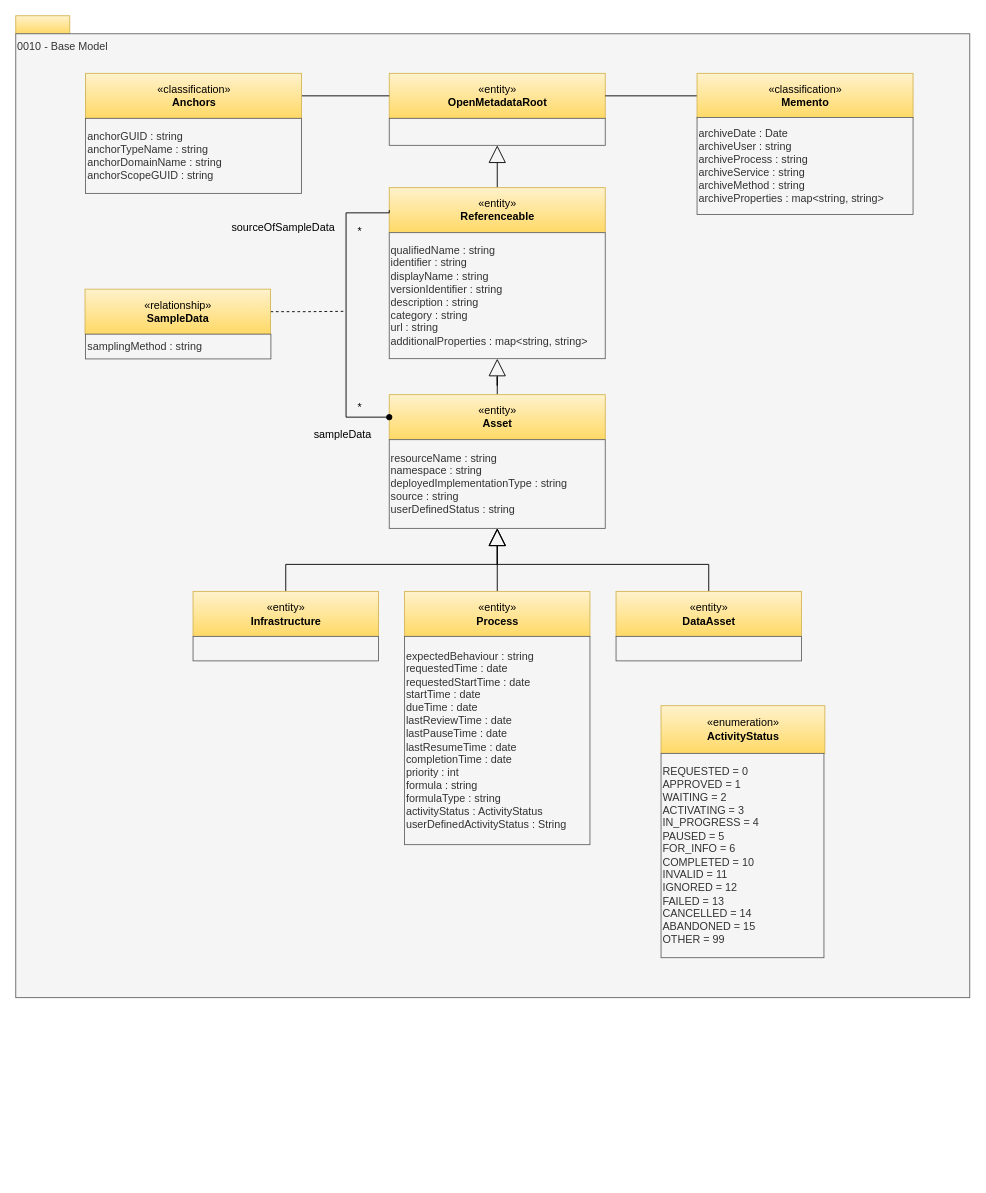
Before: page "0010-Base-Model" (4 of 32) of site/docs/types/0/area-0-basic-types-and-infrastructure.drawio in odpi/egeria-docs, a draw.io diagram. Source tidied: cells renumbered, new cells numbered last; positions are measured from the earlier drawing's top-left corner, leaving out a move shared by most shapes. Both pictures are drawn from the tidied source at 90%, with x=0, y=0 at pixel (15, 15).
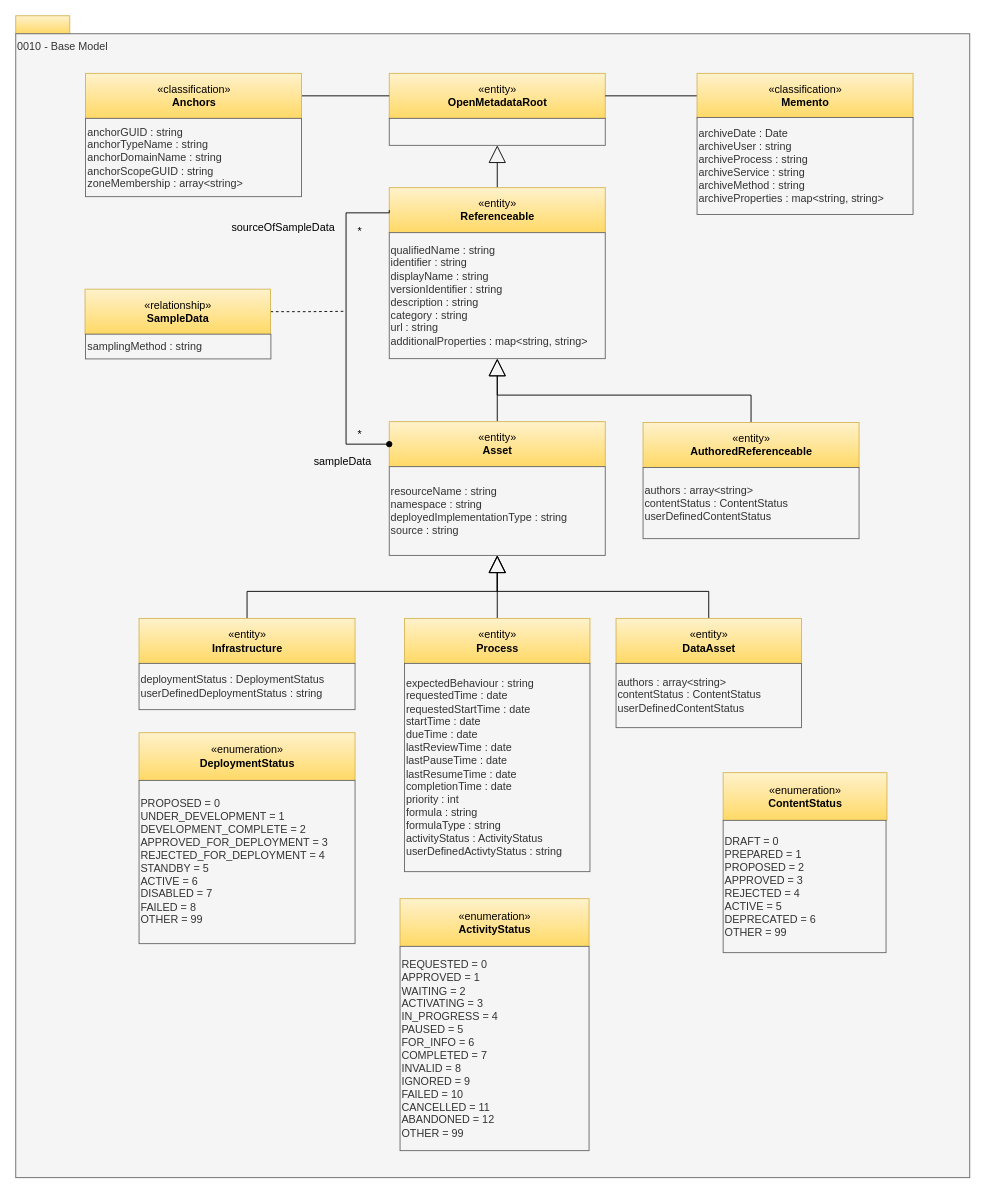
The same diagram, later.

The change refers to these unchanged cells:
```xml
<mxCell id="5" value="«entity»&lt;br&gt;&lt;b&gt;Referenceable&lt;/b&gt;" style="html=1;strokeColor=#d6b656;align=center;fillColor=#fff2cc;gradientColor=#ffd966;" parent="1" vertex="1">
  <mxGeometry x="415" y="191" width="240" height="50" as="geometry" />
</mxCell>
<mxCell id="8" value="qualifiedName : string&lt;div&gt;identifier : string&lt;br&gt;&lt;div&gt;displayName : string&lt;div&gt;versionIdentifier : string&lt;br&gt;description : string&lt;/div&gt;&lt;div&gt;category : string&lt;/div&gt;&lt;div&gt;url : string&lt;br&gt;&lt;/div&gt;additionalProperties : map&amp;lt;string, string&amp;gt;&lt;br&gt;&lt;div style=&quot;text-align: left&quot;&gt;&lt;/div&gt;&lt;/div&gt;&lt;/div&gt;" style="rounded=0;whiteSpace=wrap;html=1;strokeColor=#666666;align=left;fillColor=#f5f5f5;fontColor=#333333;" parent="1" vertex="1">
  <mxGeometry x="415" y="241" width="240" height="140" as="geometry" />
</mxCell>
```

Diff of the diagram source:
```diff
@@
     <mxCell id="3" value="0010 - Base Model" style="rounded=0;whiteSpace=wrap;html=1;align=left;verticalAlign=top;fillColor=#f5f5f5;fontColor=#333333;strokeColor=#666666;" parent="1" vertex="1">
-      <mxGeometry y="20" width="1060" height="1071" as="geometry" />
+      <mxGeometry y="20" width="1060" height="1271" as="geometry" />
     </mxCell>
@@
     <mxCell id="7" value="«entity»&lt;br&gt;&lt;b&gt;Infrastructure&lt;/b&gt;" style="html=1;strokeColor=#d6b656;align=center;fillColor=#fff2cc;gradientColor=#ffd966;" parent="1" vertex="1">
-      <mxGeometry x="197" y="639.6" width="206" height="50" as="geometry" />
+      <mxGeometry x="137" y="669.6" width="240" height="50" as="geometry" />
     </mxCell>
@@
     <mxCell id="10" value="«entity»&lt;br&gt;&lt;b&gt;Asset&lt;/b&gt;" style="html=1;strokeColor=#d6b656;align=center;fillColor=#fff2cc;gradientColor=#ffd966;" parent="1" vertex="1">
-      <mxGeometry x="415" y="421" width="240" height="50" as="geometry" />
+      <mxGeometry x="415" y="451" width="240" height="50" as="geometry" />
     </mxCell>
-    <mxCell id="11" value="&lt;div&gt;resourceName : string&lt;br&gt;&lt;div&gt;namespace : string&lt;/div&gt;deployedImplementationType : string&lt;br&gt;&lt;div style=&quot;text-align: left&quot;&gt;&lt;/div&gt;&lt;/div&gt;&lt;div&gt;&lt;span style=&quot;background-color: transparent; color: light-dark(rgb(51, 51, 51), rgb(193, 193, 193));&quot;&gt;source : strin&lt;/span&gt;&lt;span style=&quot;background-color: transparent; color: light-dark(rgb(51, 51, 51), rgb(193, 193, 193));&quot;&gt;g&lt;/span&gt;&lt;/div&gt;&lt;div&gt;userDefinedStatus : string&lt;span style=&quot;color: light-dark(rgb(51, 51, 51), rgb(193, 193, 193)); background-color: transparent;&quot;&gt;&lt;/span&gt;&lt;/div&gt;" style="rounded=0;whiteSpace=wrap;html=1;strokeColor=#666666;align=left;fillColor=#f5f5f5;fontColor=#333333;" parent="1" vertex="1">
-      <mxGeometry x="415" y="471" width="240" height="98.6" as="geometry" />
+    <mxCell id="11" value="&lt;div&gt;resourceName : string&lt;br&gt;&lt;div&gt;namespace : string&lt;/div&gt;deployedImplementationType : string&lt;br&gt;&lt;div style=&quot;text-align: left&quot;&gt;&lt;/div&gt;&lt;/div&gt;&lt;div&gt;&lt;span style=&quot;background-color: transparent; color: light-dark(rgb(51, 51, 51), rgb(193, 193, 193));&quot;&gt;source : strin&lt;/span&gt;&lt;span style=&quot;background-color: transparent; color: light-dark(rgb(51, 51, 51), rgb(193, 193, 193));&quot;&gt;g&lt;/span&gt;&lt;/div&gt;" style="rounded=0;whiteSpace=wrap;html=1;strokeColor=#666666;align=left;fillColor=#f5f5f5;fontColor=#333333;" parent="1" vertex="1">
+      <mxGeometry x="415" y="501" width="240" height="98.6" as="geometry" />
     </mxCell>
@@
     <mxCell id="13" value="«entity»&lt;br&gt;&lt;b&gt;Process&lt;/b&gt;" style="html=1;strokeColor=#d6b656;align=center;fillColor=#fff2cc;gradientColor=#ffd966;" parent="1" vertex="1">
-      <mxGeometry x="432" y="639.6" width="206" height="50" as="geometry" />
+      <mxGeometry x="432" y="669.6" width="206" height="50" as="geometry" />
     </mxCell>
-    <mxCell id="14" value="expectedBehaviour : string&lt;div&gt;requestedTime : date&lt;div&gt;requestedStartTime : date&lt;br&gt;&lt;div&gt;startTime : date&lt;/div&gt;&lt;div&gt;dueTime : date&lt;/div&gt;&lt;div&gt;lastReviewTime : date&lt;/div&gt;&lt;div&gt;lastPauseTime : date&lt;/div&gt;&lt;div&gt;lastResumeTime : date&lt;/div&gt;&lt;div&gt;&lt;span style=&quot;background-color: transparent; color: light-dark(rgb(51, 51, 51), rgb(193, 193, 193));&quot;&gt;completionTime : date&lt;/span&gt;&lt;/div&gt;&lt;div&gt;priority : int&lt;/div&gt;&lt;div&gt;formula : string&lt;br&gt;formulaType : string&lt;/div&gt;&lt;div&gt;activityStatus : ActivityStatus&lt;/div&gt;&lt;div&gt;userDefinedActivityStatus : String&lt;/div&gt;&lt;/div&gt;&lt;/div&gt;" style="rounded=0;whiteSpace=wrap;html=1;strokeColor=#666666;align=left;fillColor=#f5f5f5;fontColor=#333333;" parent="1" vertex="1">
-      <mxGeometry x="432" y="689.6" width="206" height="231.4" as="geometry" />
+    <mxCell id="14" value="expectedBehaviour : string&lt;div&gt;requestedTime : date&lt;div&gt;requestedStartTime : date&lt;br&gt;&lt;div&gt;startTime : date&lt;/div&gt;&lt;div&gt;dueTime : date&lt;/div&gt;&lt;div&gt;lastReviewTime : date&lt;/div&gt;&lt;div&gt;lastPauseTime : date&lt;/div&gt;&lt;div&gt;lastResumeTime : date&lt;/div&gt;&lt;div&gt;&lt;span style=&quot;background-color: transparent; color: light-dark(rgb(51, 51, 51), rgb(193, 193, 193));&quot;&gt;completionTime : date&lt;/span&gt;&lt;/div&gt;&lt;div&gt;priority : int&lt;/div&gt;&lt;div&gt;formula : string&lt;br&gt;formulaType : string&lt;/div&gt;&lt;div&gt;activityStatus : ActivityStatus&lt;/div&gt;&lt;/div&gt;&lt;/div&gt;&lt;div&gt;userDefinedActivtyStatus : string&lt;/div&gt;" style="rounded=0;whiteSpace=wrap;html=1;strokeColor=#666666;align=left;fillColor=#f5f5f5;fontColor=#333333;" parent="1" vertex="1">
+      <mxGeometry x="432" y="719.6" width="206" height="231.4" as="geometry" />
     </mxCell>
@@
     <mxCell id="16" value="«entity»&lt;br&gt;&lt;b&gt;DataAsset&lt;/b&gt;" style="html=1;strokeColor=#d6b656;align=center;fillColor=#fff2cc;gradientColor=#ffd966;" parent="1" vertex="1">
-      <mxGeometry x="667" y="639.6" width="206" height="50" as="geometry" />
+      <mxGeometry x="667" y="669.6" width="206" height="50" as="geometry" />
     </mxCell>
-    <mxCell id="17" style="rounded=0;whiteSpace=wrap;html=1;strokeColor=#666666;align=left;fillColor=#f5f5f5;fontColor=#333333;" parent="1" vertex="1">
-      <mxGeometry x="667" y="689.6" width="206" height="27.2" as="geometry" />
+    <mxCell id="17" value="&lt;div&gt;authors : array&amp;lt;string&amp;gt;&lt;/div&gt;contentStatus : ContentStatus&lt;div&gt;userDefinedContentStatus&lt;/div&gt;" style="rounded=0;whiteSpace=wrap;html=1;strokeColor=#666666;align=left;fillColor=#f5f5f5;fontColor=#333333;" parent="1" vertex="1">
+      <mxGeometry x="667" y="719.6" width="206" height="71.4" as="geometry" />
     </mxCell>
@@
-    <mxCell id="22" value="anchorGUID : string&lt;br&gt;anchorTypeName : string&lt;br&gt;&lt;div style=&quot;text-align: left&quot;&gt;&lt;/div&gt;&lt;div&gt;anchorDomainName : string&lt;/div&gt;&lt;div&gt;anchorScopeGUID : string&lt;/div&gt;" style="rounded=0;whiteSpace=wrap;html=1;strokeColor=#666666;align=left;fillColor=#f5f5f5;fontColor=#333333;" parent="1" vertex="1">
-      <mxGeometry x="77.5" y="114" width="240" height="83.4" as="geometry" />
+    <mxCell id="22" value="anchorGUID : string&lt;br&gt;anchorTypeName : string&lt;br&gt;&lt;div style=&quot;text-align: left&quot;&gt;&lt;/div&gt;&lt;div&gt;anchorDomainName : string&lt;/div&gt;&lt;div&gt;anchorScopeGUID : string&lt;/div&gt;&lt;div&gt;zoneMembership : array&amp;lt;string&amp;gt;&lt;/div&gt;" style="rounded=0;whiteSpace=wrap;html=1;strokeColor=#666666;align=left;fillColor=#f5f5f5;fontColor=#333333;" parent="1" vertex="1">
+      <mxGeometry x="77.5" y="114" width="240" height="87" as="geometry" />
     </mxCell>
@@
     <mxCell id="29" value="*" style="text;html=1;align=center;verticalAlign=middle;strokeColor=none;fillColor=none;" parent="1" vertex="1">
-      <mxGeometry x="367" y="421" width="30" height="30" as="geometry" />
+      <mxGeometry x="367" y="451" width="30" height="30" as="geometry" />
     </mxCell>
@@
     <mxCell id="31" value="sampleData" style="text;html=1;align=center;verticalAlign=middle;strokeColor=none;fillColor=none;" parent="1" vertex="1">
-      <mxGeometry x="317.5" y="451" width="90" height="30" as="geometry" />
+      <mxGeometry x="317.5" y="481" width="90" height="30" as="geometry" />
     </mxCell>
@@
     <mxCell id="33" style="edgeStyle=orthogonalEdgeStyle;rounded=0;jettySize=auto;html=1;exitX=0;exitY=0.5;exitDx=0;exitDy=0;entryX=0;entryY=0.5;entryDx=0;entryDy=0;endArrow=oval;endFill=1;" parent="1" edge="1" source="5" target="10">
       <mxGeometry relative="1" as="geometry">
         <Array as="points">
+          <mxPoint x="415" y="219" />
           <mxPoint x="367" y="219" />
-          <mxPoint x="367" y="446" />
+          <mxPoint x="367" y="476" />
         </Array>
       </mxGeometry>
     </mxCell>
-    <mxCell id="34" style="rounded=0;whiteSpace=wrap;html=1;strokeColor=#666666;align=left;fillColor=#f5f5f5;fontColor=#333333;" parent="1" vertex="1">
-      <mxGeometry x="197" y="689.6" width="206" height="27.2" as="geometry" />
+    <mxCell id="34" value="deploymentStatus : DeploymentStatus&lt;div&gt;userDefinedDeploymentStatus : string&lt;/div&gt;" style="rounded=0;whiteSpace=wrap;html=1;strokeColor=#666666;align=left;fillColor=#f5f5f5;fontColor=#333333;" parent="1" vertex="1">
+      <mxGeometry x="137" y="719.6" width="240" height="51.4" as="geometry" />
     </mxCell>
-    <mxCell id="35" value="«enumeration»&lt;br&gt;&lt;b&gt;ActivityStatus&lt;/b&gt;" style="html=1;strokeColor=#d6b656;align=center;fillColor=#fff2cc;gradientColor=#ffd966;" parent="1" vertex="1">
-      <mxGeometry x="717" y="766.6" width="182" height="53" as="geometry" />
+    <mxCell id="35" value="«enumeration»&lt;br&gt;&lt;b&gt;ContentStatus&lt;/b&gt;" style="html=1;strokeColor=#d6b656;align=center;fillColor=#fff2cc;gradientColor=#ffd966;" parent="1" vertex="1">
+      <mxGeometry x="786" y="841" width="182" height="53" as="geometry" />
     </mxCell>
-    <mxCell id="36" value="REQUESTED = 0&lt;br&gt;APPROVED = 1&lt;br&gt;WAITING = 2&lt;br&gt;ACTIVATING = 3&lt;br&gt;IN_PROGRESS = 4&lt;div&gt;PAUSED = 5&lt;/div&gt;&lt;div&gt;FOR_INFO = 6&lt;br&gt;COMPLETED = 10&lt;br&gt;INVALID = 11&lt;br&gt;IGNORED = 12&lt;br&gt;FAILED = 13&lt;br&gt;CANCELLED = 14&lt;div&gt;ABANDONED = 15&lt;br&gt;OTHER = 99&lt;/div&gt;&lt;/div&gt;" style="rounded=0;whiteSpace=wrap;html=1;strokeColor=#666666;align=left;fillColor=#f5f5f5;fontColor=#333333;" parent="1" vertex="1">
-      <mxGeometry x="717" y="819.6" width="181" height="227" as="geometry" />
+    <mxCell id="36" value="DRAFT = 0&lt;br&gt;PREPARED = 1&lt;br&gt;PROPOSED = 2&lt;br&gt;APPROVED = 3&lt;br&gt;REJECTED = 4&lt;div&gt;ACTIVE = 5&lt;/div&gt;&lt;div&gt;DEPRECATED = 6&lt;div&gt;OTHER = 99&lt;/div&gt;&lt;/div&gt;" style="rounded=0;whiteSpace=wrap;html=1;strokeColor=#666666;align=left;fillColor=#f5f5f5;fontColor=#333333;" parent="1" vertex="1">
+      <mxGeometry x="786" y="894" width="181" height="147" as="geometry" />
     </mxCell>
+    <mxCell id="37" value="«enumeration»&lt;br&gt;&lt;b&gt;ActivityStatus&lt;/b&gt;" style="html=1;strokeColor=#d6b656;align=center;fillColor=#fff2cc;gradientColor=#ffd966;" parent="1" vertex="1">
+      <mxGeometry x="427" y="981" width="210" height="53" as="geometry" />
+    </mxCell>
+    <mxCell id="38" value="REQUESTED = 0&lt;br&gt;APPROVED = 1&lt;br&gt;WAITING = 2&lt;br&gt;ACTIVATING = 3&lt;br&gt;IN_PROGRESS = 4&lt;div&gt;PAUSED = 5&lt;/div&gt;&lt;div&gt;FOR_INFO = 6&lt;br&gt;COMPLETED = 7&lt;br&gt;INVALID = 8&lt;br&gt;IGNORED = 9&lt;br&gt;FAILED = 10&lt;br&gt;CANCELLED = 11&lt;div&gt;ABANDONED = 12&lt;br&gt;OTHER = 99&lt;/div&gt;&lt;/div&gt;" style="rounded=0;whiteSpace=wrap;html=1;strokeColor=#666666;align=left;fillColor=#f5f5f5;fontColor=#333333;" parent="1" vertex="1">
+      <mxGeometry x="427" y="1034" width="210" height="227" as="geometry" />
+    </mxCell>
+    <mxCell id="39" value="«enumeration»&lt;br&gt;&lt;b&gt;DeploymentStatus&lt;/b&gt;" style="html=1;strokeColor=#d6b656;align=center;fillColor=#fff2cc;gradientColor=#ffd966;" parent="1" vertex="1">
+      <mxGeometry x="137" y="796.6" width="240" height="53" as="geometry" />
+    </mxCell>
+    <mxCell id="40" value="PROPOSED = 0&lt;br&gt;UNDER_DEVELOPMENT = 1&lt;br&gt;DEVELOPMENT_COMPLETE = 2&lt;br&gt;APPROVED_FOR_DEPLOYMENT = 3&lt;br&gt;REJECTED_FOR_DEPLOYMENT = 4&lt;div&gt;STANDBY = 5&lt;/div&gt;&lt;div&gt;ACTIVE = 6&lt;br&gt;DISABLED = 7&lt;/div&gt;&lt;div&gt;FAILED = 8&lt;br&gt;&lt;div&gt;OTHER = 99&lt;/div&gt;&lt;/div&gt;" style="rounded=0;whiteSpace=wrap;html=1;strokeColor=#666666;align=left;fillColor=#f5f5f5;fontColor=#333333;" parent="1" vertex="1">
+      <mxGeometry x="137" y="849.6" width="240" height="181.4" as="geometry" />
+    </mxCell>
+    <mxCell id="41" style="edgeStyle=orthogonalEdgeStyle;rounded=0;jettySize=auto;html=1;exitX=0.5;exitY=0;exitDx=0;exitDy=0;entryX=0.5;entryY=1;entryDx=0;entryDy=0;endArrow=block;endFill=0;endSize=17;" parent="1" edge="1" source="42" target="8">
+      <mxGeometry relative="1" as="geometry" />
+    </mxCell>
+    <mxCell id="42" value="«entity»&lt;br&gt;&lt;b&gt;AuthoredReferenceable&lt;/b&gt;" style="html=1;strokeColor=#d6b656;align=center;fillColor=#fff2cc;gradientColor=#ffd966;" parent="1" vertex="1">
+      <mxGeometry x="697" y="452" width="240" height="50" as="geometry" />
+    </mxCell>
+    <mxCell id="43" value="&lt;div&gt;&lt;div&gt;authors : array&amp;lt;string&amp;gt;&lt;/div&gt;&lt;div&gt;contentStatus : ContentStatus&lt;div&gt;userDefinedContentStatus&lt;/div&gt;&lt;div style=&quot;text-align: left&quot;&gt;&lt;/div&gt;&lt;/div&gt;&lt;/div&gt;" style="rounded=0;whiteSpace=wrap;html=1;strokeColor=#666666;align=left;fillColor=#f5f5f5;fontColor=#333333;" parent="1" vertex="1">
+      <mxGeometry x="697" y="502" width="240" height="79" as="geometry" />
+    </mxCell>
```
